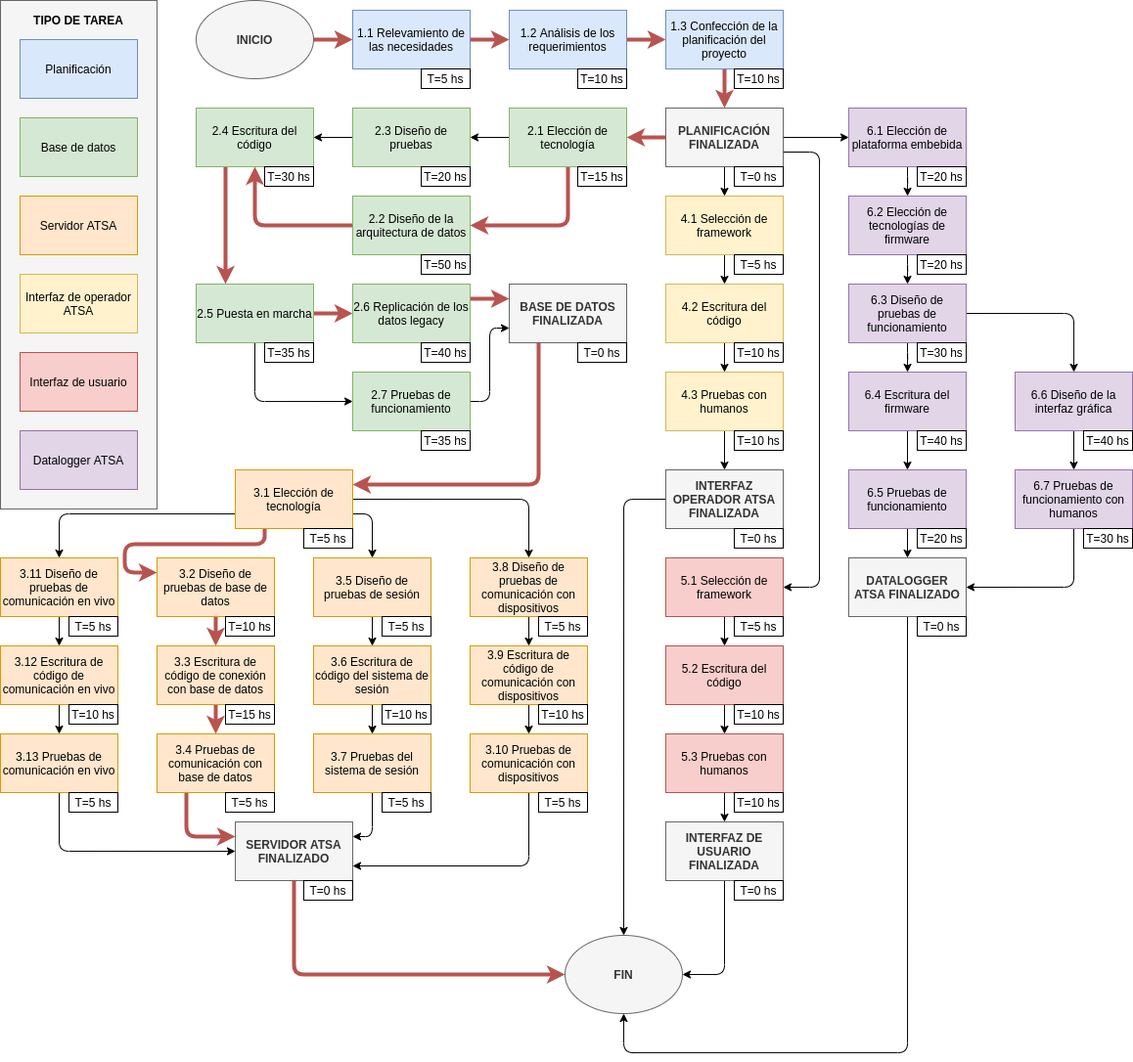
Earlier version of the draw.io export Figuras/ActivityOnNode.png (vacagonzalo/MIoT-Propuesta). Source tidied: cells renumbered, new cells last; positions are measured from the earlier drawing's top-left corner, leaving out a move shared by most shapes.
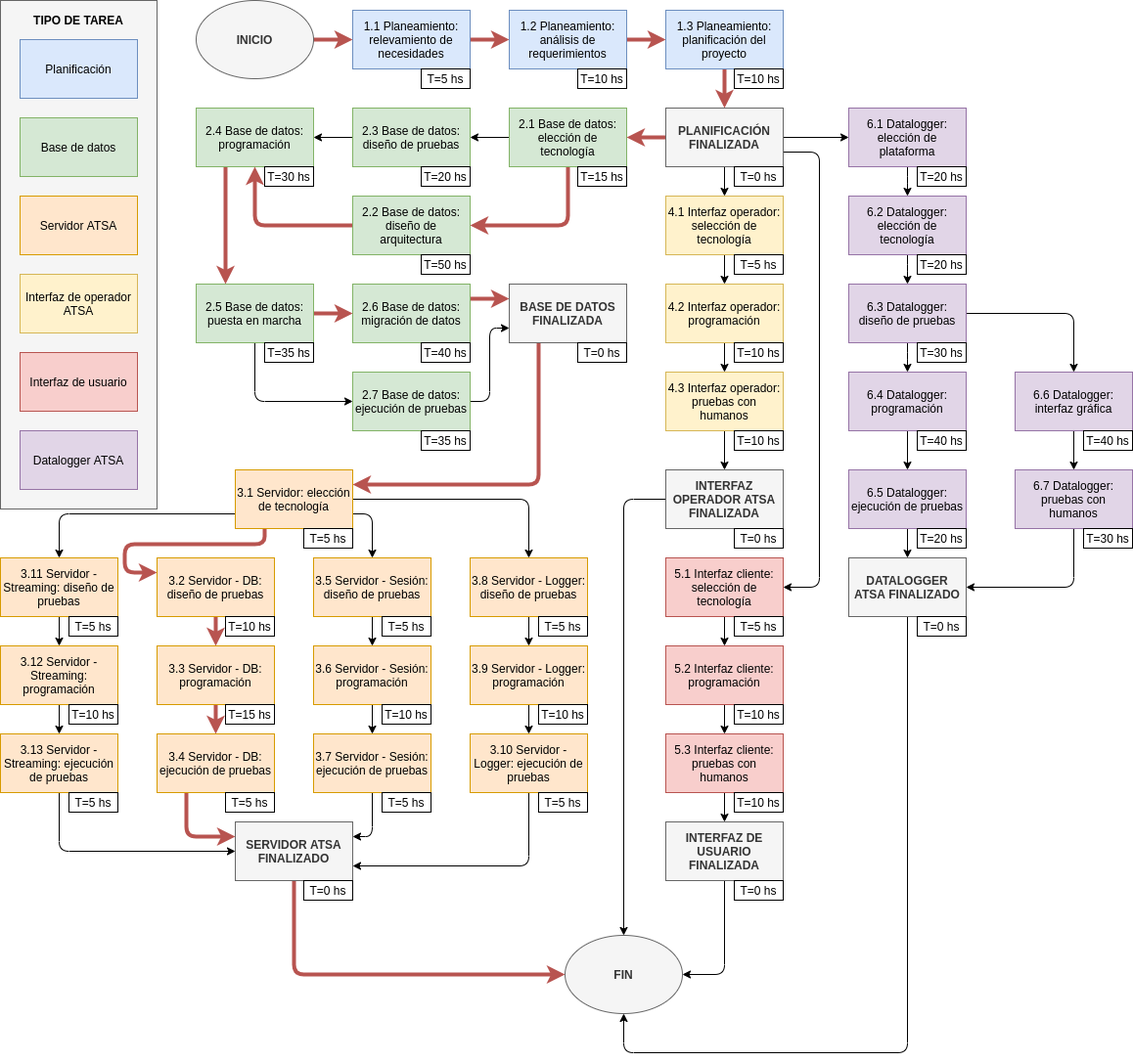
Above is the later version.

What changed in the source:
```diff
@@ -40,3 +40,3 @@
     </mxCell>
-    <mxCell id="14" value="1.1 Relevamiento de las necesidades" style="rounded=0;whiteSpace=wrap;html=1;fillColor=#dae8fc;strokeColor=#6c8ebf;" parent="1" vertex="1">
+    <mxCell id="14" value="1.1 Planeamiento: relevamiento de necesidades" style="rounded=0;whiteSpace=wrap;html=1;fillColor=#dae8fc;strokeColor=#6c8ebf;" parent="1" vertex="1">
       <mxGeometry x="360" y="10" width="120" height="60" as="geometry" />
@@ -46,3 +46,3 @@
     </mxCell>
-    <mxCell id="16" value="1.2 Análisis de los requerimientos" style="rounded=0;whiteSpace=wrap;html=1;fillColor=#dae8fc;strokeColor=#6c8ebf;" parent="1" vertex="1">
+    <mxCell id="16" value="1.2 Planeamiento: análisis de requerimientos" style="rounded=0;whiteSpace=wrap;html=1;fillColor=#dae8fc;strokeColor=#6c8ebf;" parent="1" vertex="1">
       <mxGeometry x="520" y="10" width="120" height="60" as="geometry" />
@@ -52,3 +52,3 @@
     </mxCell>
-    <mxCell id="18" value="1.3 Confección de la planificación del proyecto" style="rounded=0;whiteSpace=wrap;html=1;fillColor=#dae8fc;strokeColor=#6c8ebf;" parent="1" vertex="1">
+    <mxCell id="18" value="1.3 Planeamiento: planificación del proyecto" style="rounded=0;whiteSpace=wrap;html=1;fillColor=#dae8fc;strokeColor=#6c8ebf;" parent="1" vertex="1">
       <mxGeometry x="680" y="10" width="120" height="60" as="geometry" />
@@ -58,3 +58,3 @@
     </mxCell>
-    <mxCell id="20" value="2.7 Pruebas de funcionamiento" style="rounded=0;whiteSpace=wrap;html=1;fillColor=#d5e8d4;strokeColor=#82b366;" parent="1" vertex="1">
+    <mxCell id="20" value="2.7 Base de datos: ejecución de pruebas" style="rounded=0;whiteSpace=wrap;html=1;fillColor=#d5e8d4;strokeColor=#82b366;" parent="1" vertex="1">
       <mxGeometry x="360" y="380" width="120" height="60" as="geometry" />
@@ -64,3 +64,3 @@
     </mxCell>
-    <mxCell id="22" value="2.6 Replicación de los datos legacy" style="rounded=0;whiteSpace=wrap;html=1;fillColor=#d5e8d4;strokeColor=#82b366;" parent="1" vertex="1">
+    <mxCell id="22" value="2.6 Base de datos: migración de datos" style="rounded=0;whiteSpace=wrap;html=1;fillColor=#d5e8d4;strokeColor=#82b366;" parent="1" vertex="1">
       <mxGeometry x="360" y="290" width="120" height="60" as="geometry" />
@@ -73,3 +73,3 @@
     </mxCell>
-    <mxCell id="25" value="2.5 Puesta en marcha" style="rounded=0;whiteSpace=wrap;html=1;fillColor=#d5e8d4;strokeColor=#82b366;" parent="1" vertex="1">
+    <mxCell id="25" value="2.5 Base de datos: puesta en marcha" style="rounded=0;whiteSpace=wrap;html=1;fillColor=#d5e8d4;strokeColor=#82b366;" parent="1" vertex="1">
       <mxGeometry x="200" y="290" width="120" height="60" as="geometry" />
@@ -79,3 +79,3 @@
     </mxCell>
-    <mxCell id="27" value="2.4 Escritura del código" style="rounded=0;whiteSpace=wrap;html=1;fillColor=#d5e8d4;strokeColor=#82b366;" parent="1" vertex="1">
+    <mxCell id="27" value="2.4 Base de datos: programación" style="rounded=0;whiteSpace=wrap;html=1;fillColor=#d5e8d4;strokeColor=#82b366;" parent="1" vertex="1">
       <mxGeometry x="200" y="110" width="120" height="60" as="geometry" />
@@ -85,3 +85,3 @@
     </mxCell>
-    <mxCell id="29" value="2.3 Diseño de pruebas" style="rounded=0;whiteSpace=wrap;html=1;fillColor=#d5e8d4;strokeColor=#82b366;" parent="1" vertex="1">
+    <mxCell id="29" value="2.3 Base de datos: diseño de pruebas" style="rounded=0;whiteSpace=wrap;html=1;fillColor=#d5e8d4;strokeColor=#82b366;" parent="1" vertex="1">
       <mxGeometry x="360" y="110" width="120" height="60" as="geometry" />
@@ -91,3 +91,3 @@
     </mxCell>
-    <mxCell id="31" value="2.2 Diseño de la arquitectura de datos" style="rounded=0;whiteSpace=wrap;html=1;fillColor=#d5e8d4;strokeColor=#82b366;" parent="1" vertex="1">
+    <mxCell id="31" value="2.2 Base de datos: diseño de arquitectura" style="rounded=0;whiteSpace=wrap;html=1;fillColor=#d5e8d4;strokeColor=#82b366;" parent="1" vertex="1">
       <mxGeometry x="360" y="200" width="120" height="60" as="geometry" />
@@ -100,3 +100,3 @@
     </mxCell>
-    <mxCell id="34" value="2.1 Elección de tecnología" style="rounded=0;whiteSpace=wrap;html=1;fillColor=#d5e8d4;strokeColor=#82b366;" parent="1" vertex="1">
+    <mxCell id="34" value="2.1 Base de datos: elección de tecnología" style="rounded=0;whiteSpace=wrap;html=1;fillColor=#d5e8d4;strokeColor=#82b366;" parent="1" vertex="1">
       <mxGeometry x="520" y="110" width="120" height="60" as="geometry" />
@@ -180,3 +180,3 @@
     </mxCell>
-    <mxCell id="57" value="3.1 Elección de tecnología" style="rounded=0;whiteSpace=wrap;html=1;fillColor=#ffe6cc;strokeColor=#d79b00;" parent="1" vertex="1">
+    <mxCell id="57" value="3.1 Servidor: elección de tecnología" style="rounded=0;whiteSpace=wrap;html=1;fillColor=#ffe6cc;strokeColor=#d79b00;" parent="1" vertex="1">
       <mxGeometry x="240" y="480" width="120" height="60" as="geometry" />
@@ -186,3 +186,3 @@
     </mxCell>
-    <mxCell id="59" value="3.2 Diseño de pruebas de base de datos" style="rounded=0;whiteSpace=wrap;html=1;fillColor=#ffe6cc;strokeColor=#d79b00;" parent="1" vertex="1">
+    <mxCell id="59" value="3.2 Servidor - DB: diseño de pruebas" style="rounded=0;whiteSpace=wrap;html=1;fillColor=#ffe6cc;strokeColor=#d79b00;" parent="1" vertex="1">
       <mxGeometry x="160" y="570" width="120" height="60" as="geometry" />
@@ -192,3 +192,3 @@
     </mxCell>
-    <mxCell id="61" value="3.3 Escritura de código de conexión con base de datos" style="rounded=0;whiteSpace=wrap;html=1;fillColor=#ffe6cc;strokeColor=#d79b00;" parent="1" vertex="1">
+    <mxCell id="61" value="3.3 Servidor - DB: programación" style="rounded=0;whiteSpace=wrap;html=1;fillColor=#ffe6cc;strokeColor=#d79b00;" parent="1" vertex="1">
       <mxGeometry x="160" y="660" width="120" height="60" as="geometry" />
@@ -198,3 +198,3 @@
     </mxCell>
-    <mxCell id="63" value="3.4 Pruebas de comunicación con base de datos" style="rounded=0;whiteSpace=wrap;html=1;fillColor=#ffe6cc;strokeColor=#d79b00;" parent="1" vertex="1">
+    <mxCell id="63" value="3.4 Servidor - DB: ejecución de pruebas" style="rounded=0;whiteSpace=wrap;html=1;fillColor=#ffe6cc;strokeColor=#d79b00;" parent="1" vertex="1">
       <mxGeometry x="160" y="750" width="120" height="60" as="geometry" />
@@ -204,3 +204,3 @@
     </mxCell>
-    <mxCell id="65" value="3.5 Diseño de pruebas de sesión" style="rounded=0;whiteSpace=wrap;html=1;fillColor=#ffe6cc;strokeColor=#d79b00;" parent="1" vertex="1">
+    <mxCell id="65" value="3.5 Servidor - Sesión: diseño de pruebas" style="rounded=0;whiteSpace=wrap;html=1;fillColor=#ffe6cc;strokeColor=#d79b00;" parent="1" vertex="1">
       <mxGeometry x="320" y="570" width="120" height="60" as="geometry" />
@@ -210,3 +210,3 @@
     </mxCell>
-    <mxCell id="67" value="3.6 Escritura de código del sistema de sesión" style="rounded=0;whiteSpace=wrap;html=1;fillColor=#ffe6cc;strokeColor=#d79b00;" parent="1" vertex="1">
+    <mxCell id="67" value="3.6 Servidor - Sesión: programación" style="rounded=0;whiteSpace=wrap;html=1;fillColor=#ffe6cc;strokeColor=#d79b00;" parent="1" vertex="1">
       <mxGeometry x="320" y="660" width="120" height="60" as="geometry" />
@@ -216,3 +216,3 @@
     </mxCell>
-    <mxCell id="69" value="3.7 Pruebas del sistema de sesión" style="rounded=0;whiteSpace=wrap;html=1;fillColor=#ffe6cc;strokeColor=#d79b00;" parent="1" vertex="1">
+    <mxCell id="69" value="3.7 Servidor - Sesión: ejecución de pruebas" style="rounded=0;whiteSpace=wrap;html=1;fillColor=#ffe6cc;strokeColor=#d79b00;" parent="1" vertex="1">
       <mxGeometry x="320" y="750" width="120" height="60" as="geometry" />
@@ -222,3 +222,3 @@
     </mxCell>
-    <mxCell id="71" value="3.8 Diseño de pruebas de comunicación con dispositivos" style="rounded=0;whiteSpace=wrap;html=1;fillColor=#ffe6cc;strokeColor=#d79b00;" parent="1" vertex="1">
+    <mxCell id="71" value="3.8 Servidor - Logger: diseño de pruebas" style="rounded=0;whiteSpace=wrap;html=1;fillColor=#ffe6cc;strokeColor=#d79b00;" parent="1" vertex="1">
       <mxGeometry x="480" y="570" width="120" height="60" as="geometry" />
@@ -228,3 +228,3 @@
     </mxCell>
-    <mxCell id="73" value="3.9 Escritura de código de comunicación con dispositivos" style="rounded=0;whiteSpace=wrap;html=1;fillColor=#ffe6cc;strokeColor=#d79b00;" parent="1" vertex="1">
+    <mxCell id="73" value="3.9 Servidor - Logger: programación" style="rounded=0;whiteSpace=wrap;html=1;fillColor=#ffe6cc;strokeColor=#d79b00;" parent="1" vertex="1">
       <mxGeometry x="480" y="660" width="120" height="60" as="geometry" />
@@ -234,3 +234,3 @@
     </mxCell>
-    <mxCell id="75" value="3.10 Pruebas de comunicación con dispositivos" style="rounded=0;whiteSpace=wrap;html=1;fillColor=#ffe6cc;strokeColor=#d79b00;" parent="1" vertex="1">
+    <mxCell id="75" value="3.10 Servidor - Logger: ejecución de pruebas" style="rounded=0;whiteSpace=wrap;html=1;fillColor=#ffe6cc;strokeColor=#d79b00;" parent="1" vertex="1">
       <mxGeometry x="480" y="750" width="120" height="60" as="geometry" />
@@ -240,3 +240,3 @@
     </mxCell>
-    <mxCell id="77" value="3.11 Diseño de pruebas de comunicación en vivo" style="rounded=0;whiteSpace=wrap;html=1;fillColor=#ffe6cc;strokeColor=#d79b00;" parent="1" vertex="1">
+    <mxCell id="77" value="3.11 Servidor - Streaming: diseño de pruebas" style="rounded=0;whiteSpace=wrap;html=1;fillColor=#ffe6cc;strokeColor=#d79b00;" parent="1" vertex="1">
       <mxGeometry y="570" width="120" height="60" as="geometry" />
@@ -246,3 +246,3 @@
     </mxCell>
-    <mxCell id="79" value="3.12 Escritura de código de comunicación en vivo" style="rounded=0;whiteSpace=wrap;html=1;fillColor=#ffe6cc;strokeColor=#d79b00;" parent="1" vertex="1">
+    <mxCell id="79" value="3.12 Servidor - Streaming: programación" style="rounded=0;whiteSpace=wrap;html=1;fillColor=#ffe6cc;strokeColor=#d79b00;" parent="1" vertex="1">
       <mxGeometry y="660" width="120" height="60" as="geometry" />
@@ -252,3 +252,3 @@
     </mxCell>
-    <mxCell id="81" value="3.13 Pruebas de comunicación en vivo" style="rounded=0;whiteSpace=wrap;html=1;fillColor=#ffe6cc;strokeColor=#d79b00;" parent="1" vertex="1">
+    <mxCell id="81" value="3.13 Servidor - Streaming: ejecución de pruebas" style="rounded=0;whiteSpace=wrap;html=1;fillColor=#ffe6cc;strokeColor=#d79b00;" parent="1" vertex="1">
       <mxGeometry y="750" width="120" height="60" as="geometry" />
@@ -309,3 +309,3 @@
     </mxCell>
-    <mxCell id="100" value="4.1 Selección de framework" style="rounded=0;whiteSpace=wrap;html=1;fillColor=#fff2cc;strokeColor=#d6b656;" parent="1" vertex="1">
+    <mxCell id="100" value="4.1 Interfaz operador: selección de tecnología" style="rounded=0;whiteSpace=wrap;html=1;fillColor=#fff2cc;strokeColor=#d6b656;" parent="1" vertex="1">
       <mxGeometry x="680" y="200" width="120" height="60" as="geometry" />
@@ -315,3 +315,3 @@
     </mxCell>
-    <mxCell id="102" value="4.2 Escritura del código" style="rounded=0;whiteSpace=wrap;html=1;fillColor=#fff2cc;strokeColor=#d6b656;" parent="1" vertex="1">
+    <mxCell id="102" value="4.2 Interfaz operador: programación" style="rounded=0;whiteSpace=wrap;html=1;fillColor=#fff2cc;strokeColor=#d6b656;" parent="1" vertex="1">
       <mxGeometry x="680" y="290" width="120" height="60" as="geometry" />
@@ -321,3 +321,3 @@
     </mxCell>
-    <mxCell id="104" value="4.3 Pruebas con humanos" style="rounded=0;whiteSpace=wrap;html=1;fillColor=#fff2cc;strokeColor=#d6b656;" parent="1" vertex="1">
+    <mxCell id="104" value="4.3 Interfaz operador: pruebas con humanos" style="rounded=0;whiteSpace=wrap;html=1;fillColor=#fff2cc;strokeColor=#d6b656;" parent="1" vertex="1">
       <mxGeometry x="680" y="380" width="120" height="60" as="geometry" />
@@ -345,3 +345,3 @@
     </mxCell>
-    <mxCell id="112" value="5.1 Selección de framework" style="rounded=0;whiteSpace=wrap;html=1;fillColor=#f8cecc;strokeColor=#b85450;" parent="1" vertex="1">
+    <mxCell id="112" value="5.1 Interfaz cliente: selección de tecnología" style="rounded=0;whiteSpace=wrap;html=1;fillColor=#f8cecc;strokeColor=#b85450;" parent="1" vertex="1">
       <mxGeometry x="680" y="570" width="120" height="60" as="geometry" />
@@ -351,3 +351,3 @@
     </mxCell>
-    <mxCell id="114" value="5.2 Escritura del código" style="rounded=0;whiteSpace=wrap;html=1;fillColor=#f8cecc;strokeColor=#b85450;" parent="1" vertex="1">
+    <mxCell id="114" value="5.2 Interfaz cliente: programación" style="rounded=0;whiteSpace=wrap;html=1;fillColor=#f8cecc;strokeColor=#b85450;" parent="1" vertex="1">
       <mxGeometry x="680" y="660" width="120" height="60" as="geometry" />
@@ -357,3 +357,3 @@
     </mxCell>
-    <mxCell id="116" value="5.3 Pruebas con humanos" style="rounded=0;whiteSpace=wrap;html=1;fillColor=#f8cecc;strokeColor=#b85450;" parent="1" vertex="1">
+    <mxCell id="116" value="5.3 Interfaz cliente: pruebas con humanos" style="rounded=0;whiteSpace=wrap;html=1;fillColor=#f8cecc;strokeColor=#b85450;" parent="1" vertex="1">
       <mxGeometry x="680" y="750" width="120" height="60" as="geometry" />
@@ -384,3 +384,3 @@
     </mxCell>
-    <mxCell id="125" value="6.1 Elección de plataforma embebida" style="rounded=0;whiteSpace=wrap;html=1;fillColor=#e1d5e7;strokeColor=#9673a6;" parent="1" vertex="1">
+    <mxCell id="125" value="6.1 Datalogger: elección de plataforma" style="rounded=0;whiteSpace=wrap;html=1;fillColor=#e1d5e7;strokeColor=#9673a6;" parent="1" vertex="1">
       <mxGeometry x="867" y="110" width="120" height="60" as="geometry" />
@@ -390,3 +390,3 @@
     </mxCell>
-    <mxCell id="127" value="6.2 Elección de tecnologías de firmware" style="rounded=0;whiteSpace=wrap;html=1;fillColor=#e1d5e7;strokeColor=#9673a6;" parent="1" vertex="1">
+    <mxCell id="127" value="6.2 Datalogger: elección de tecnología" style="rounded=0;whiteSpace=wrap;html=1;fillColor=#e1d5e7;strokeColor=#9673a6;" parent="1" vertex="1">
       <mxGeometry x="867" y="200" width="120" height="60" as="geometry" />
@@ -399,3 +399,3 @@
     </mxCell>
-    <mxCell id="130" value="6.3 Diseño de pruebas de funcionamiento" style="rounded=0;whiteSpace=wrap;html=1;fillColor=#e1d5e7;strokeColor=#9673a6;" parent="1" vertex="1">
+    <mxCell id="130" value="6.3 Datalogger: diseño de pruebas" style="rounded=0;whiteSpace=wrap;html=1;fillColor=#e1d5e7;strokeColor=#9673a6;" parent="1" vertex="1">
       <mxGeometry x="867" y="290" width="120" height="60" as="geometry" />
@@ -405,3 +405,3 @@
     </mxCell>
-    <mxCell id="132" value="6.4 Escritura del firmware" style="rounded=0;whiteSpace=wrap;html=1;fillColor=#e1d5e7;strokeColor=#9673a6;" parent="1" vertex="1">
+    <mxCell id="132" value="6.4 Datalogger: programación" style="rounded=0;whiteSpace=wrap;html=1;fillColor=#e1d5e7;strokeColor=#9673a6;" parent="1" vertex="1">
       <mxGeometry x="867" y="380" width="120" height="60" as="geometry" />
@@ -411,3 +411,3 @@
     </mxCell>
-    <mxCell id="134" value="6.5 Pruebas de funcionamiento" style="rounded=0;whiteSpace=wrap;html=1;fillColor=#e1d5e7;strokeColor=#9673a6;" parent="1" vertex="1">
+    <mxCell id="134" value="6.5 Datalogger: ejecución de pruebas" style="rounded=0;whiteSpace=wrap;html=1;fillColor=#e1d5e7;strokeColor=#9673a6;" parent="1" vertex="1">
       <mxGeometry x="867" y="480" width="120" height="60" as="geometry" />
@@ -417,3 +417,3 @@
     </mxCell>
-    <mxCell id="136" value="6.6 Diseño de la interfaz gráfica" style="rounded=0;whiteSpace=wrap;html=1;fillColor=#e1d5e7;strokeColor=#9673a6;" parent="1" vertex="1">
+    <mxCell id="136" value="6.6 Datalogger: interfaz gráfica" style="rounded=0;whiteSpace=wrap;html=1;fillColor=#e1d5e7;strokeColor=#9673a6;" parent="1" vertex="1">
       <mxGeometry x="1037" y="380" width="120" height="60" as="geometry" />
@@ -423,3 +423,3 @@
     </mxCell>
-    <mxCell id="138" value="6.7 Pruebas de funcionamiento con humanos" style="rounded=0;whiteSpace=wrap;html=1;fillColor=#e1d5e7;strokeColor=#9673a6;" parent="1" vertex="1">
+    <mxCell id="138" value="6.7 Datalogger: pruebas con humanos" style="rounded=0;whiteSpace=wrap;html=1;fillColor=#e1d5e7;strokeColor=#9673a6;" parent="1" vertex="1">
       <mxGeometry x="1037" y="480" width="120" height="60" as="geometry" />
```
